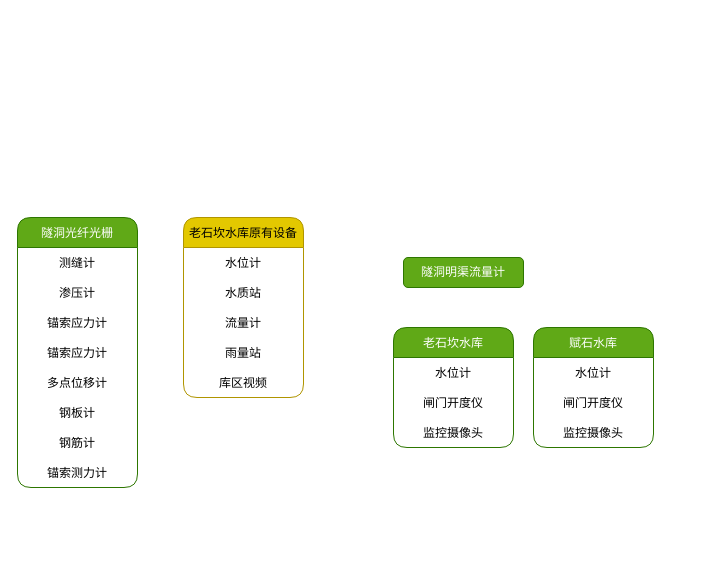
Earlier version of the draw.io diagram page "工程集控中心" (4 of 4) of 安吉两库引水工程.drawio (Vincentdu-cn/ha_modified_components). Source tidied: cells renumbered, new cells numbered last; positions are measured from the earlier drawing's top-left corner, leaving out a move shared by most shapes. Both pictures are drawn from the tidied source at 100%, with x=0, y=0 at pixel (17, 217).
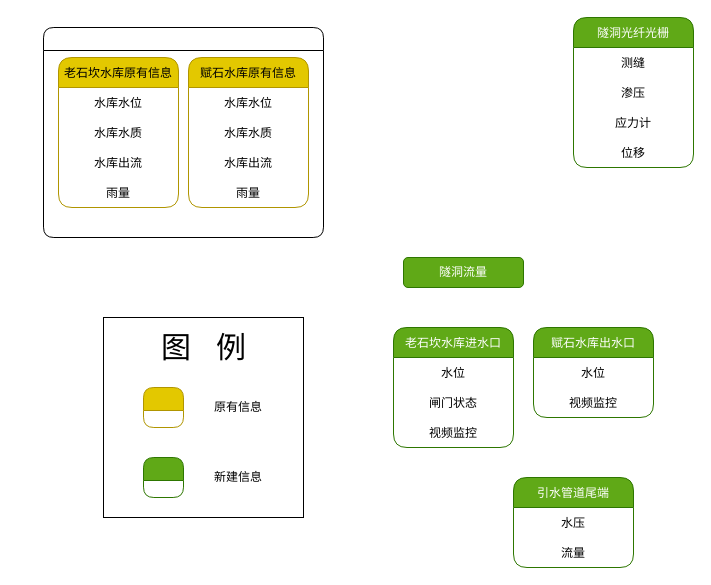
The same page after the edit.

Commit message:
更新安吉两库引水工程.drawio

The edit, as a diff of the source:
```diff
@@
+    <mxCell id="26" style="whiteSpace=wrap;html=1;rounded=0;hachureGap=4;align=center;verticalAlign=middle;" parent="1" vertex="1">
+      <mxGeometry x="86" y="100" width="200" height="200" as="geometry" />
+    </mxCell>
     <mxCell id="2" value="隧洞光纤光栅" style="swimlane;fontStyle=0;horizontal=1;startSize=30;hachureGap=4;fillColor=#60a917;strokeColor=#2D7600;fontColor=#ffffff;rounded=1;align=center;verticalAlign=middle;" parent="1" vertex="1">
-      <mxGeometry width="120" height="270" as="geometry" />
+      <mxGeometry x="556" y="-200" width="120" height="150" as="geometry" />
     </mxCell>
-    <mxCell id="3" value="测缝计" style="text;strokeColor=none;fillColor=none;align=center;verticalAlign=middle;spacingLeft=4;spacingRight=4;overflow=hidden;" parent="2" vertex="1">
+    <mxCell id="3" value="测缝" style="text;strokeColor=none;fillColor=none;align=center;verticalAlign=middle;spacingLeft=4;spacingRight=4;overflow=hidden;" parent="2" vertex="1">
       <mxGeometry y="30" width="120" height="30" as="geometry" />
     </mxCell>
-    <mxCell id="4" value="渗压计" style="text;strokeColor=none;fillColor=none;align=center;verticalAlign=middle;spacingLeft=4;spacingRight=4;overflow=hidden;" parent="2" vertex="1">
+    <mxCell id="4" value="渗压" style="text;strokeColor=none;fillColor=none;align=center;verticalAlign=middle;spacingLeft=4;spacingRight=4;overflow=hidden;" parent="2" vertex="1">
       <mxGeometry y="60" width="120" height="30" as="geometry" />
     </mxCell>
-    <mxCell id="5" value="锚索应力计" style="text;strokeColor=none;fillColor=none;align=center;verticalAlign=middle;spacingLeft=4;spacingRight=4;overflow=hidden;" parent="2" vertex="1">
+    <mxCell id="5" value="应力计" style="text;strokeColor=none;fillColor=none;align=center;verticalAlign=middle;spacingLeft=4;spacingRight=4;overflow=hidden;" parent="2" vertex="1">
       <mxGeometry y="90" width="120" height="30" as="geometry" />
     </mxCell>
-    <mxCell id="6" value="锚索应力计" style="text;strokeColor=none;fillColor=none;align=center;verticalAlign=middle;spacingLeft=4;spacingRight=4;overflow=hidden;" parent="2" vertex="1">
-      <mxGeometry y="120" width="120" height="30" as="geometry" />
-    </mxCell>
-    <mxCell id="7" value="多点位移计" style="text;strokeColor=none;fillColor=none;align=center;verticalAlign=middle;spacingLeft=4;spacingRight=4;overflow=hidden;" parent="2" vertex="1">
-      <mxGeometry y="150" width="120" height="30" as="geometry" />
+    <mxCell id="7" value="位移" style="text;strokeColor=none;fillColor=none;align=center;verticalAlign=middle;spacingLeft=4;spacingRight=4;overflow=hidden;" parent="2" vertex="1">
+      <mxGeometry y="120" width="120" height="30" as="geometry" />
     </mxCell>
-    <mxCell id="8" value="钢板计" style="text;strokeColor=none;fillColor=none;align=center;verticalAlign=middle;spacingLeft=4;spacingRight=4;overflow=hidden;" parent="2" vertex="1">
-      <mxGeometry y="180" width="120" height="30" as="geometry" />
-    </mxCell>
-    <mxCell id="9" value="钢筋计" style="text;strokeColor=none;fillColor=none;align=center;verticalAlign=middle;spacingLeft=4;spacingRight=4;overflow=hidden;" parent="2" vertex="1">
-      <mxGeometry y="210" width="120" height="30" as="geometry" />
-    </mxCell>
-    <mxCell id="10" value="锚索测力计" style="text;strokeColor=none;fillColor=none;align=center;verticalAlign=middle;spacingLeft=4;spacingRight=4;overflow=hidden;" parent="2" vertex="1">
-      <mxGeometry y="240" width="120" height="30" as="geometry" />
-    </mxCell>
-    <mxCell id="11" value="隧洞明渠流量计" style="rounded=1;whiteSpace=wrap;html=1;hachureGap=4;align=center;verticalAlign=middle;fillColor=#60a917;strokeColor=#2D7600;fontColor=#ffffff;" parent="1" vertex="1">
+    <mxCell id="11" value="隧洞流量" style="rounded=1;whiteSpace=wrap;html=1;hachureGap=4;align=center;verticalAlign=middle;fillColor=#60a917;strokeColor=#2D7600;fontColor=#ffffff;" parent="1" vertex="1">
       <mxGeometry x="386" y="40" width="120" height="30" as="geometry" />
     </mxCell>
+    <mxCell id="18" value="老石坎水库进水口" style="swimlane;fontStyle=0;horizontal=1;startSize=30;hachureGap=4;fillColor=#60a917;strokeColor=#2D7600;fontColor=#ffffff;rounded=1;align=center;verticalAlign=middle;" parent="1" vertex="1">
+      <mxGeometry x="376" y="110" width="120" height="120" as="geometry" />
+    </mxCell>
+    <mxCell id="27" value="水位" style="text;strokeColor=none;fillColor=none;align=center;verticalAlign=middle;spacingLeft=4;spacingRight=4;overflow=hidden;" parent="18" vertex="1">
+      <mxGeometry y="30" width="120" height="30" as="geometry" />
+    </mxCell>
+    <mxCell id="28" value="闸门状态" style="text;strokeColor=none;fillColor=none;align=center;verticalAlign=middle;spacingLeft=4;spacingRight=4;overflow=hidden;" parent="18" vertex="1">
+      <mxGeometry y="60" width="120" height="30" as="geometry" />
+    </mxCell>
+    <mxCell id="20" value="视频监控" style="text;strokeColor=none;fillColor=none;align=center;verticalAlign=middle;spacingLeft=4;spacingRight=4;overflow=hidden;" parent="18" vertex="1">
+      <mxGeometry y="90" width="120" height="30" as="geometry" />
+    </mxCell>
+    <mxCell id="22" value="赋石水库出水口" style="swimlane;fontStyle=0;horizontal=1;startSize=30;hachureGap=4;fillColor=#60a917;strokeColor=#2D7600;fontColor=#ffffff;rounded=1;align=center;verticalAlign=middle;" parent="1" vertex="1">
+      <mxGeometry x="516" y="110" width="120" height="90" as="geometry" />
+    </mxCell>
+    <mxCell id="23" value="水位" style="text;strokeColor=none;fillColor=none;align=center;verticalAlign=middle;spacingLeft=4;spacingRight=4;overflow=hidden;" parent="22" vertex="1">
+      <mxGeometry y="30" width="120" height="30" as="geometry" />
+    </mxCell>
+    <mxCell id="25" value="视频监控" style="text;strokeColor=none;fillColor=none;align=center;verticalAlign=middle;spacingLeft=4;spacingRight=4;overflow=hidden;" parent="22" vertex="1">
+      <mxGeometry y="60" width="120" height="30" as="geometry" />
+    </mxCell>
+    <mxCell id="29" value="引水管道尾端" style="swimlane;fontStyle=0;horizontal=1;startSize=30;hachureGap=4;fillColor=#60a917;strokeColor=#2D7600;fontColor=#ffffff;rounded=1;align=center;verticalAlign=middle;" parent="1" vertex="1">
+      <mxGeometry x="496" y="260" width="120" height="90" as="geometry" />
+    </mxCell>
+    <mxCell id="30" value="水压" style="text;strokeColor=none;fillColor=none;align=center;verticalAlign=middle;spacingLeft=4;spacingRight=4;overflow=hidden;" parent="29" vertex="1">
+      <mxGeometry y="30" width="120" height="30" as="geometry" />
+    </mxCell>
+    <mxCell id="31" value="流量" style="text;strokeColor=none;fillColor=none;align=center;verticalAlign=middle;spacingLeft=4;spacingRight=4;overflow=hidden;" parent="29" vertex="1">
+      <mxGeometry y="60" width="120" height="30" as="geometry" />
+    </mxCell>
+    <mxCell id="32" style="swimlane;rounded=1;hachureGap=4;align=center;verticalAlign=middle;" parent="1" vertex="1">
+      <mxGeometry x="26" y="-190" width="280" height="210" as="geometry" />
+    </mxCell>
+    <mxCell id="33" value="赋石水库原有信息" style="swimlane;fontStyle=0;horizontal=1;startSize=30;hachureGap=4;fillColor=#e3c800;strokeColor=#B09500;fontColor=#000000;rounded=1;align=center;verticalAlign=middle;" parent="32" vertex="1">
+      <mxGeometry x="145" y="30" width="120" height="150" as="geometry" />
+    </mxCell>
+    <mxCell id="34" value="水库水位" style="text;strokeColor=none;fillColor=none;align=center;verticalAlign=middle;spacingLeft=4;spacingRight=4;overflow=hidden;" parent="33" vertex="1">
+      <mxGeometry y="30" width="120" height="30" as="geometry" />
+    </mxCell>
+    <mxCell id="35" value="水库水质" style="text;strokeColor=none;fillColor=none;align=center;verticalAlign=middle;spacingLeft=4;spacingRight=4;overflow=hidden;" parent="33" vertex="1">
+      <mxGeometry y="60" width="120" height="30" as="geometry" />
+    </mxCell>
+    <mxCell id="36" value="水库出流" style="text;strokeColor=none;fillColor=none;align=center;verticalAlign=middle;spacingLeft=4;spacingRight=4;overflow=hidden;" parent="33" vertex="1">
+      <mxGeometry y="90" width="120" height="30" as="geometry" />
+    </mxCell>
+    <mxCell id="37" value="雨量" style="text;strokeColor=none;fillColor=none;align=center;verticalAlign=middle;spacingLeft=4;spacingRight=4;overflow=hidden;" parent="33" vertex="1">
+      <mxGeometry y="120" width="120" height="30" as="geometry" />
+    </mxCell>
-    <mxCell id="12" value="老石坎水库原有设备" style="swimlane;fontStyle=0;horizontal=1;startSize=30;hachureGap=4;fillColor=#e3c800;strokeColor=#B09500;fontColor=#000000;rounded=1;align=center;verticalAlign=middle;" parent="1" vertex="1">
-      <mxGeometry x="166" width="120" height="180" as="geometry" />
+    <mxCell id="12" value="老石坎水库原有信息" style="swimlane;fontStyle=0;horizontal=1;startSize=30;hachureGap=4;fillColor=#e3c800;strokeColor=#B09500;fontColor=#000000;rounded=1;align=center;verticalAlign=middle;" parent="32" vertex="1">
+      <mxGeometry x="15" y="30" width="120" height="150" as="geometry" />
     </mxCell>
-    <mxCell id="13" value="水位计" style="text;strokeColor=none;fillColor=none;align=center;verticalAlign=middle;spacingLeft=4;spacingRight=4;overflow=hidden;" parent="12" vertex="1">
+    <mxCell id="13" value="水库水位" style="text;strokeColor=none;fillColor=none;align=center;verticalAlign=middle;spacingLeft=4;spacingRight=4;overflow=hidden;" parent="12" vertex="1">
       <mxGeometry y="30" width="120" height="30" as="geometry" />
     </mxCell>
-    <mxCell id="14" value="水质站" style="text;strokeColor=none;fillColor=none;align=center;verticalAlign=middle;spacingLeft=4;spacingRight=4;overflow=hidden;" parent="12" vertex="1">
+    <mxCell id="14" value="水库水质" style="text;strokeColor=none;fillColor=none;align=center;verticalAlign=middle;spacingLeft=4;spacingRight=4;overflow=hidden;" parent="12" vertex="1">
       <mxGeometry y="60" width="120" height="30" as="geometry" />
     </mxCell>
-    <mxCell id="15" value="流量计" style="text;strokeColor=none;fillColor=none;align=center;verticalAlign=middle;spacingLeft=4;spacingRight=4;overflow=hidden;" parent="12" vertex="1">
+    <mxCell id="15" value="水库出流" style="text;strokeColor=none;fillColor=none;align=center;verticalAlign=middle;spacingLeft=4;spacingRight=4;overflow=hidden;" parent="12" vertex="1">
       <mxGeometry y="90" width="120" height="30" as="geometry" />
     </mxCell>
-    <mxCell id="16" value="雨量站" style="text;strokeColor=none;fillColor=none;align=center;verticalAlign=middle;spacingLeft=4;spacingRight=4;overflow=hidden;" parent="12" vertex="1">
+    <mxCell id="16" value="雨量" style="text;strokeColor=none;fillColor=none;align=center;verticalAlign=middle;spacingLeft=4;spacingRight=4;overflow=hidden;" parent="12" vertex="1">
       <mxGeometry y="120" width="120" height="30" as="geometry" />
     </mxCell>
-    <mxCell id="17" value="库区视频" style="text;strokeColor=none;fillColor=none;align=center;verticalAlign=middle;spacingLeft=4;spacingRight=4;overflow=hidden;" parent="12" vertex="1">
-      <mxGeometry y="150" width="120" height="30" as="geometry" />
-    </mxCell>
-    <mxCell id="18" value="老石坎水库" style="swimlane;fontStyle=0;horizontal=1;startSize=30;hachureGap=4;fillColor=#60a917;strokeColor=#2D7600;fontColor=#ffffff;rounded=1;align=center;verticalAlign=middle;" parent="1" vertex="1">
-      <mxGeometry x="376" y="110" width="120" height="120" as="geometry" />
-    </mxCell>
-    <mxCell id="19" value="水位计" style="text;strokeColor=none;fillColor=none;align=center;verticalAlign=middle;spacingLeft=4;spacingRight=4;overflow=hidden;" parent="18" vertex="1">
-      <mxGeometry y="30" width="120" height="30" as="geometry" />
-    </mxCell>
-    <mxCell id="20" value="闸门开度仪" style="text;strokeColor=none;fillColor=none;align=center;verticalAlign=middle;spacingLeft=4;spacingRight=4;overflow=hidden;" parent="18" vertex="1">
-      <mxGeometry y="60" width="120" height="30" as="geometry" />
-    </mxCell>
-    <mxCell id="21" value="监控摄像头" style="text;strokeColor=none;fillColor=none;align=center;verticalAlign=middle;spacingLeft=4;spacingRight=4;overflow=hidden;" parent="18" vertex="1">
-      <mxGeometry y="90" width="120" height="30" as="geometry" />
-    </mxCell>
-    <mxCell id="22" value="赋石水库" style="swimlane;fontStyle=0;horizontal=1;startSize=30;hachureGap=4;fillColor=#60a917;strokeColor=#2D7600;fontColor=#ffffff;rounded=1;align=center;verticalAlign=middle;" parent="1" vertex="1">
-      <mxGeometry x="516" y="110" width="120" height="120" as="geometry" />
-    </mxCell>
-    <mxCell id="23" value="水位计" style="text;strokeColor=none;fillColor=none;align=center;verticalAlign=middle;spacingLeft=4;spacingRight=4;overflow=hidden;" parent="22" vertex="1">
-      <mxGeometry y="30" width="120" height="30" as="geometry" />
-    </mxCell>
-    <mxCell id="24" value="闸门开度仪" style="text;strokeColor=none;fillColor=none;align=center;verticalAlign=middle;spacingLeft=4;spacingRight=4;overflow=hidden;" parent="22" vertex="1">
-      <mxGeometry y="60" width="120" height="30" as="geometry" />
-    </mxCell>
-    <mxCell id="25" value="监控摄像头" style="text;strokeColor=none;fillColor=none;align=center;verticalAlign=middle;spacingLeft=4;spacingRight=4;overflow=hidden;" parent="22" vertex="1">
-      <mxGeometry y="90" width="120" height="30" as="geometry" />
-    </mxCell>
+    <mxCell id="38" style="swimlane;rounded=1;hachureGap=4;align=center;verticalAlign=middle;fillColor=#e3c800;strokeColor=#B09500;fontColor=#000000;" parent="1" vertex="1">
+      <mxGeometry x="126" y="170" width="40" height="40" as="geometry" />
+    </mxCell>
+    <mxCell id="39" value="&lt;font style=&quot;font-size: 30px&quot;&gt;图&amp;nbsp; &amp;nbsp;例&lt;/font&gt;" style="text;html=1;strokeColor=none;fillColor=none;align=center;verticalAlign=middle;whiteSpace=wrap;rounded=0;hachureGap=4;" parent="1" vertex="1">
+      <mxGeometry x="133.5" y="120" width="105" height="20" as="geometry" />
+    </mxCell>
+    <mxCell id="40" value="原有信息" style="text;html=1;strokeColor=none;fillColor=none;align=center;verticalAlign=middle;whiteSpace=wrap;rounded=0;hachureGap=4;" parent="1" vertex="1">
+      <mxGeometry x="196" y="180" width="50" height="20" as="geometry" />
+    </mxCell>
+    <mxCell id="41" style="swimlane;rounded=1;hachureGap=4;align=center;verticalAlign=middle;fillColor=#60a917;strokeColor=#2D7600;fontColor=#ffffff;" parent="1" vertex="1">
+      <mxGeometry x="126" y="240" width="40" height="40" as="geometry" />
+    </mxCell>
+    <mxCell id="42" value="新建信息" style="text;html=1;strokeColor=none;fillColor=none;align=center;verticalAlign=middle;whiteSpace=wrap;rounded=0;hachureGap=4;" parent="1" vertex="1">
+      <mxGeometry x="196" y="250" width="50" height="20" as="geometry" />
+    </mxCell>
```
